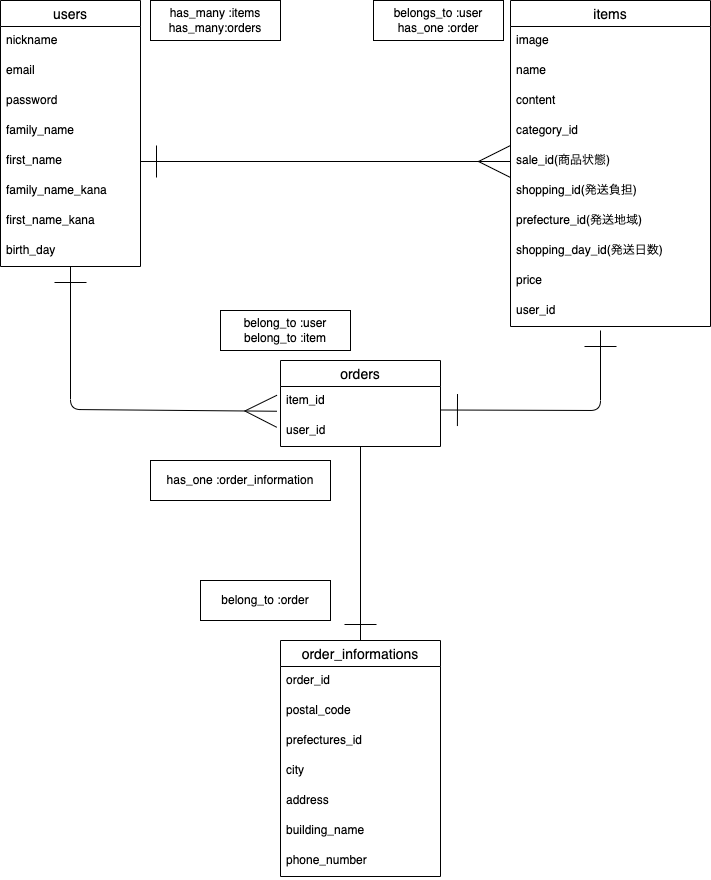
Before: 01furima-39277(ER図).png, a diagram exported from draw.io (gtn-74/furima-39277). Source tidied: cells renumbered, new cells last; positions are measured from the earlier drawing's top-left corner, leaving out a move shared by most shapes.
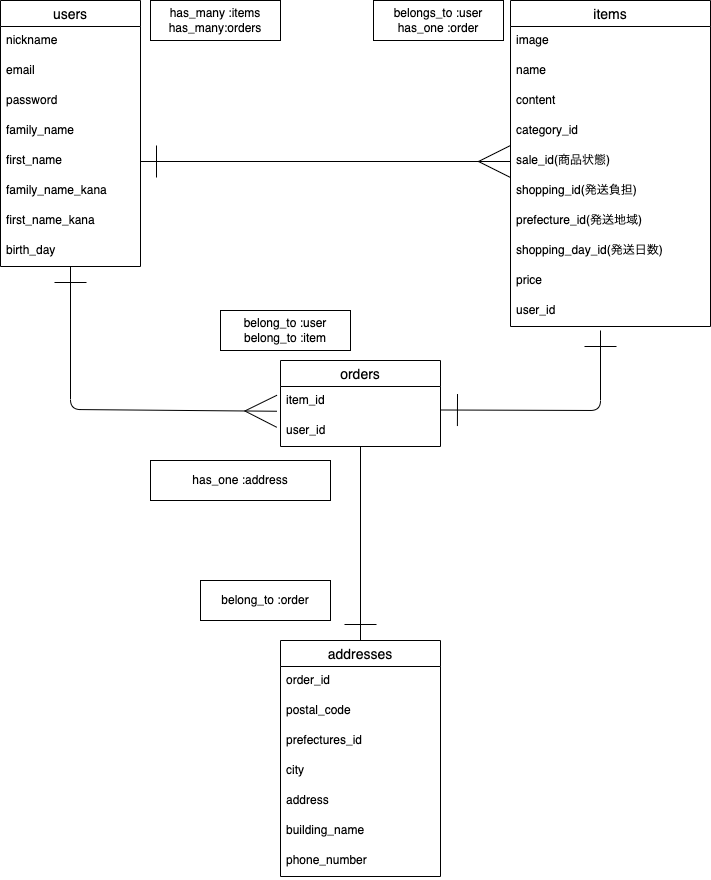
After the commit.

The edit, as a diff of the source:
```diff
@@ -89,7 +89,7 @@
     <mxCell id="27" value="user_id" style="text;strokeColor=none;fillColor=none;spacingLeft=4;spacingRight=4;overflow=hidden;fontSize=12;" parent="25" vertex="1">
       <mxGeometry y="56" width="160" height="30" as="geometry" />
     </mxCell>
-    <mxCell id="28" value="order_informations" style="swimlane;fontStyle=0;horizontal=1;startSize=26;align=center;fontSize=14;" parent="1" vertex="1">
+    <mxCell id="28" value="addresses" style="swimlane;fontStyle=0;horizontal=1;startSize=26;align=center;fontSize=14;" parent="1" vertex="1">
       <mxGeometry x="280" y="640" width="160" height="236" as="geometry" />
     </mxCell>
     <mxCell id="29" value="order_id" style="text;strokeColor=none;fillColor=none;spacingLeft=4;spacingRight=4;overflow=hidden;fontSize=12;" parent="28" vertex="1">
@@ -128,7 +128,7 @@
     <mxCell id="40" value="belong_to :order" style="whiteSpace=wrap;html=1;align=center;" parent="1" vertex="1">
       <mxGeometry x="200" y="580" width="130" height="40" as="geometry" />
     </mxCell>
-    <mxCell id="41" value="has_one :order_information" style="whiteSpace=wrap;html=1;align=center;" parent="1" vertex="1">
+    <mxCell id="41" value="has_one :address" style="whiteSpace=wrap;html=1;align=center;" parent="1" vertex="1">
       <mxGeometry x="150" y="460" width="180" height="40" as="geometry" />
     </mxCell>
   </root>
```
